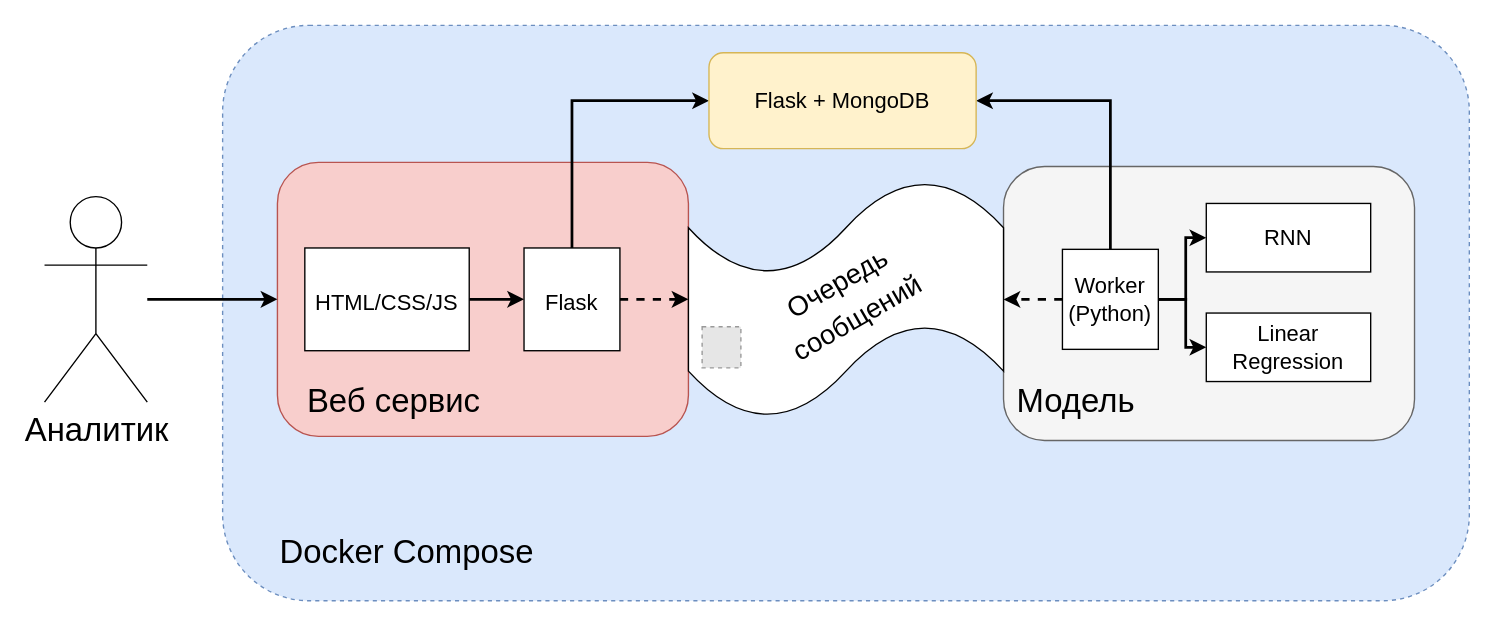
This is readme-assets/Архитектура.drawio from ilya2108/avia-hack, a draw.io file, before an edit. Source tidied: cells renumbered, new cells numbered last; positions are measured from the earlier drawing's top-left corner, leaving out a move shared by most shapes. Both pictures are drawn from the tidied source at 137%, with x=0, y=0 at pixel (44, 25). Pictures stored in the file or linked from it are replaced by grey dashed boxes.
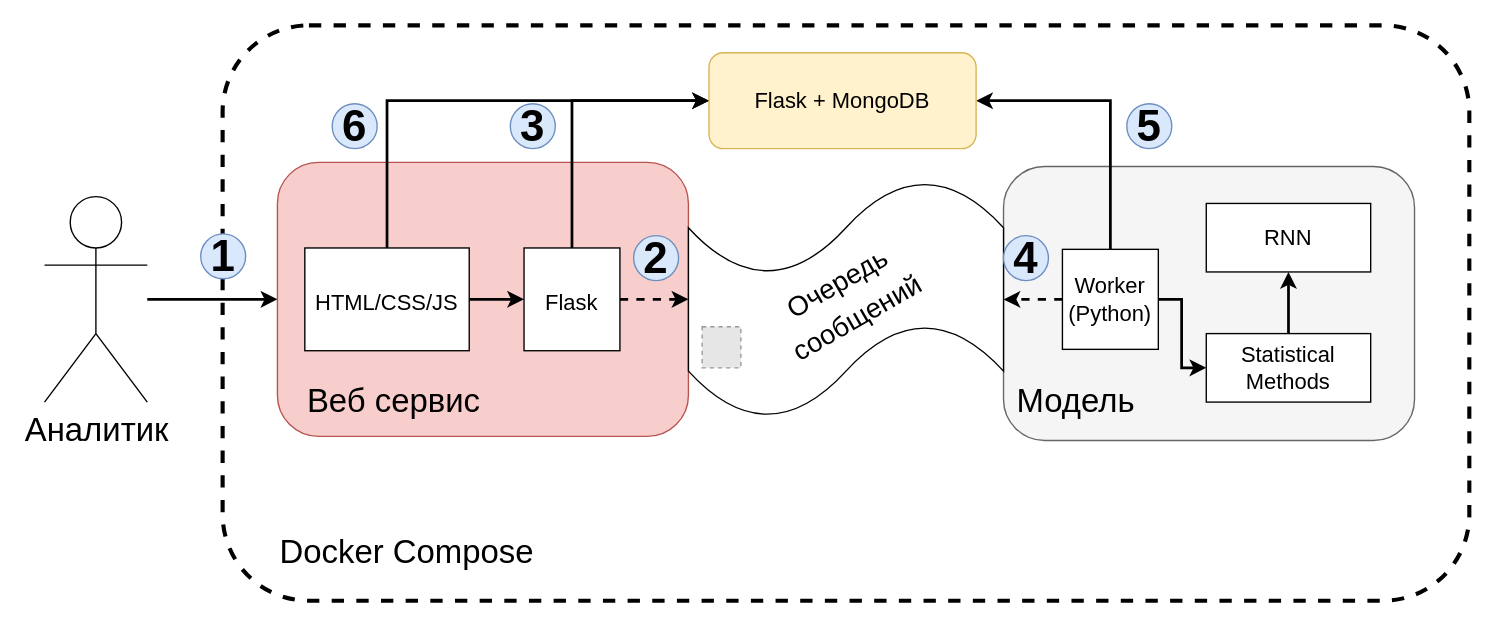
The same diagram, later.

Unchanged cells that the change refers to:
```xml
<mxCell id="13" value="Flask + MongoDB" style="rounded=1;whiteSpace=wrap;html=1;fontSize=16;fillColor=#fff2cc;strokeColor=#d6b656;" parent="1" vertex="1">
  <mxGeometry x="485" y="20" width="195" height="70" as="geometry" />
</mxCell>
<mxCell id="15" value="&lt;font style=&quot;font-size: 16px;&quot;&gt;HTML/CSS/JS&lt;/font&gt;" style="rounded=0;whiteSpace=wrap;html=1;fontSize=20;" parent="1" vertex="1">
  <mxGeometry x="190" y="162.5" width="120" height="75" as="geometry" />
</mxCell>
<mxCell id="20" value="Worker&lt;br&gt;(Python)" style="rounded=0;whiteSpace=wrap;html=1;fontSize=16;" parent="1" vertex="1">
  <mxGeometry x="743" y="163.5" width="70" height="73" as="geometry" />
</mxCell>
<mxCell id="21" value="RNN" style="rounded=0;whiteSpace=wrap;html=1;fontSize=16;" parent="1" vertex="1">
  <mxGeometry x="848" y="130" width="120" height="50" as="geometry" />
</mxCell>
```

The edit, as a diff of the source:
```diff
@@
-    <mxCell id="2" style="rounded=1;whiteSpace=wrap;html=1;fontSize=16;dashed=1;fillColor=#dae8fc;strokeColor=#6c8ebf;" parent="1" vertex="1">
+    <mxCell id="2" style="rounded=1;whiteSpace=wrap;html=1;fontSize=16;dashed=1;strokeWidth=3;" parent="1" vertex="1">
       <mxGeometry x="130" width="910" height="420" as="geometry" />
     </mxCell>
@@
+    <mxCell id="26" style="edgeStyle=orthogonalEdgeStyle;rounded=0;jettySize=auto;html=1;exitX=0.5;exitY=0;exitDx=0;exitDy=0;entryX=0;entryY=0.5;entryDx=0;entryDy=0;strokeWidth=2;fontSize=32;" parent="1" edge="1" source="15" target="13">
+      <mxGeometry relative="1" as="geometry" />
+    </mxCell>
@@
+    <mxCell id="27" style="edgeStyle=orthogonalEdgeStyle;rounded=0;jettySize=auto;html=1;exitX=0.5;exitY=0;exitDx=0;exitDy=0;entryX=0.5;entryY=1;entryDx=0;entryDy=0;strokeWidth=2;" parent="1" edge="1" source="22" target="21">
+      <mxGeometry relative="1" as="geometry" />
+    </mxCell>
-    <mxCell id="22" value="Linear Regression" style="rounded=0;whiteSpace=wrap;html=1;fontSize=16;" parent="1" vertex="1">
-      <mxGeometry x="848" y="210" width="120" height="50" as="geometry" />
+    <mxCell id="22" value="Statistical Methods" style="rounded=0;whiteSpace=wrap;html=1;fontSize=16;" parent="1" vertex="1">
+      <mxGeometry x="848" y="225" width="120" height="50" as="geometry" />
     </mxCell>
-    <mxCell id="23" style="edgeStyle=orthogonalEdgeStyle;rounded=0;jettySize=auto;html=1;fontSize=16;startArrow=none;startFill=0;endArrow=classic;endFill=1;strokeWidth=2;" parent="1" edge="1" source="20" target="21">
-      <mxGeometry relative="1" as="geometry" />
-    </mxCell>
     <mxCell id="24" style="edgeStyle=orthogonalEdgeStyle;rounded=0;jettySize=auto;html=1;exitX=1;exitY=0.5;exitDx=0;exitDy=0;entryX=0;entryY=0.5;entryDx=0;entryDy=0;fontSize=16;startArrow=none;startFill=0;endArrow=classic;endFill=1;strokeWidth=2;" parent="1" edge="1" source="20" target="22">
-      <mxGeometry relative="1" as="geometry" />
+      <mxGeometry relative="1" as="geometry">
+        <Array as="points">
+          <mxPoint x="830" y="200" />
+          <mxPoint x="830" y="250" />
+        </Array>
+      </mxGeometry>
     </mxCell>
@@
+    <mxCell id="28" value="&lt;b&gt;&lt;font style=&quot;font-size: 32px;&quot;&gt;1&lt;/font&gt;&lt;/b&gt;" style="ellipse;whiteSpace=wrap;html=1;fillColor=#dae8fc;strokeColor=#6c8ebf;" parent="1" vertex="1">
+      <mxGeometry x="114" y="152.2" width="32.8" height="32.8" as="geometry" />
+    </mxCell>
+    <mxCell id="29" value="&lt;b&gt;&lt;font style=&quot;font-size: 32px;&quot;&gt;2&lt;/font&gt;&lt;/b&gt;" style="ellipse;whiteSpace=wrap;html=1;fillColor=#dae8fc;strokeColor=#6c8ebf;" parent="1" vertex="1">
+      <mxGeometry x="430" y="153.5" width="32.8" height="32.8" as="geometry" />
+    </mxCell>
+    <mxCell id="30" value="&lt;b&gt;&lt;font style=&quot;font-size: 32px;&quot;&gt;3&lt;/font&gt;&lt;/b&gt;" style="ellipse;whiteSpace=wrap;html=1;fillColor=#dae8fc;strokeColor=#6c8ebf;" parent="1" vertex="1">
+      <mxGeometry x="340" y="57.2" width="32.8" height="32.8" as="geometry" />
+    </mxCell>
+    <mxCell id="31" value="&lt;b&gt;&lt;font style=&quot;font-size: 32px;&quot;&gt;4&lt;/font&gt;&lt;/b&gt;" style="ellipse;whiteSpace=wrap;html=1;fillColor=#dae8fc;strokeColor=#6c8ebf;" parent="1" vertex="1">
+      <mxGeometry x="700" y="153.5" width="32.8" height="32.8" as="geometry" />
+    </mxCell>
+    <mxCell id="32" value="&lt;b&gt;&lt;font style=&quot;font-size: 32px;&quot;&gt;5&lt;/font&gt;&lt;/b&gt;" style="ellipse;whiteSpace=wrap;html=1;fillColor=#dae8fc;strokeColor=#6c8ebf;" parent="1" vertex="1">
+      <mxGeometry x="790" y="57.2" width="32.8" height="32.8" as="geometry" />
+    </mxCell>
+    <mxCell id="33" value="&lt;b&gt;&lt;font style=&quot;font-size: 32px;&quot;&gt;6&lt;/font&gt;&lt;/b&gt;" style="ellipse;whiteSpace=wrap;html=1;fillColor=#dae8fc;strokeColor=#6c8ebf;" parent="1" vertex="1">
+      <mxGeometry x="210" y="57.2" width="32.8" height="32.8" as="geometry" />
+    </mxCell>
```
